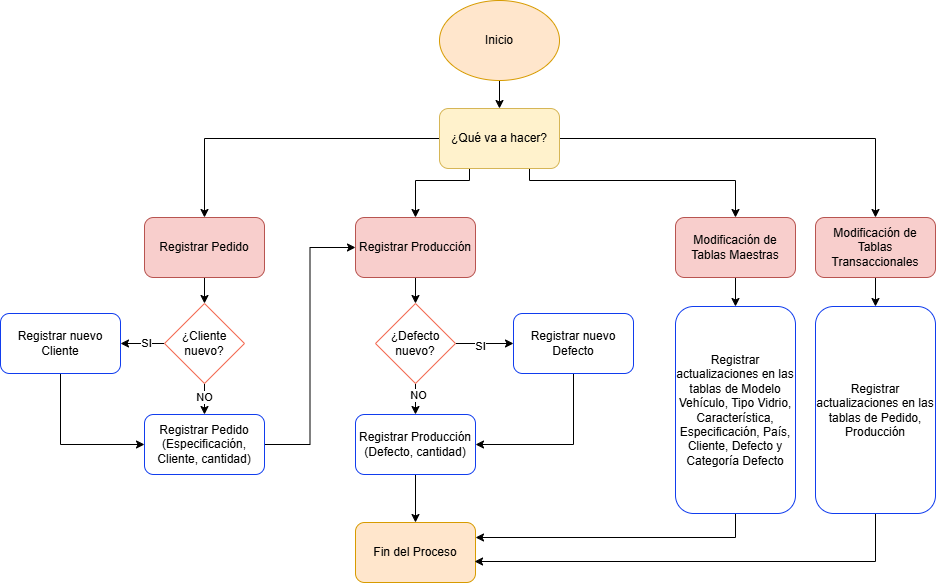
Earlier version of the draw.io export public/img/diagrama-flujo.png (FelixGuriol/PUCP.BusinessAnalytics.Grupo2). Source tidied: cells renumbered, new cells last; positions are measured from the earlier drawing's top-left corner, leaving out a move shared by most shapes.
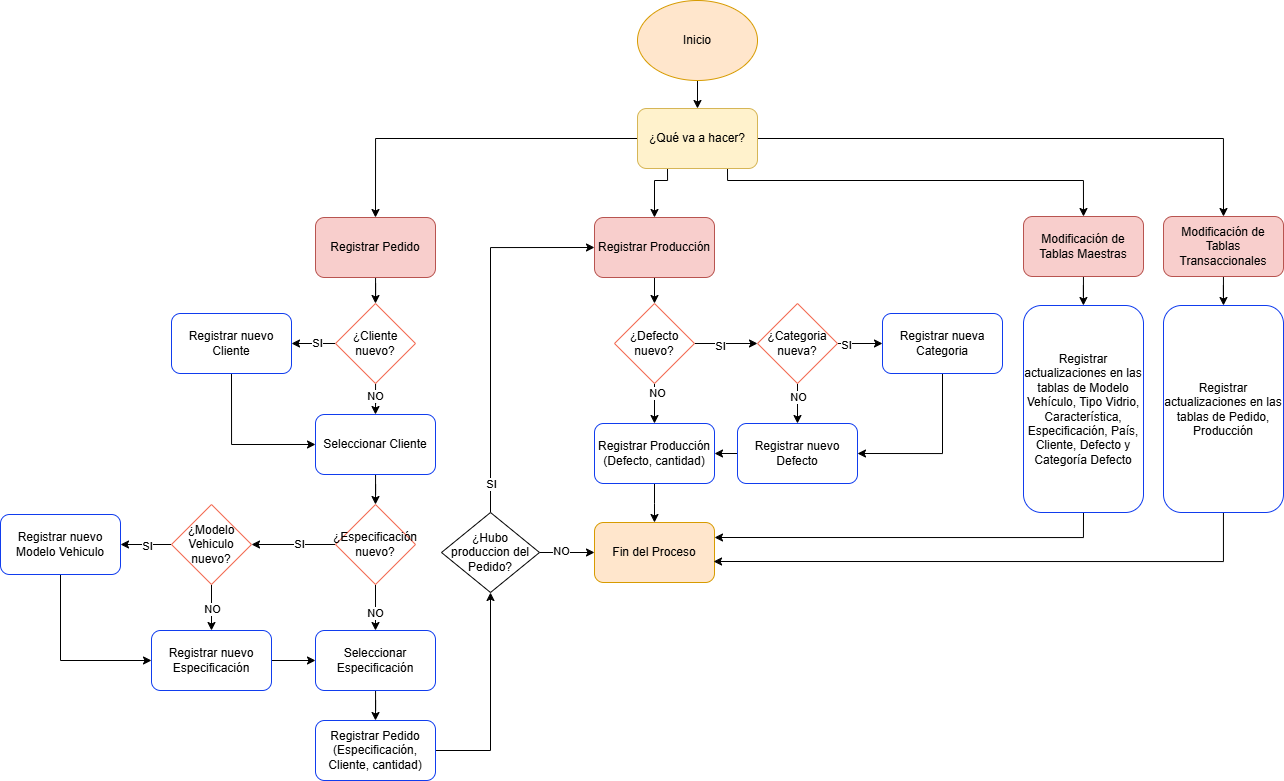
The same diagram one commit later.

Change to the diagram source:
```diff
@@ -6,7 +6,7 @@
       <mxGeometry relative="1" as="geometry" />
     </mxCell>
     <mxCell id="3" value="Inicio" style="ellipse;whiteSpace=wrap;html=1;fillColor=#ffe6cc;strokeColor=#d79b00;" parent="1" vertex="1">
-      <mxGeometry x="439" width="120" height="80" as="geometry" />
+      <mxGeometry x="421" y="-72" width="120" height="80" as="geometry" />
     </mxCell>
     <mxCell id="4" style="edgeStyle=orthogonalEdgeStyle;rounded=0;jettySize=auto;html=1;exitX=0;exitY=0.5;exitDx=0;exitDy=0;entryX=0.5;entryY=0;entryDx=0;entryDy=0;" parent="1" edge="1" source="8" target="10">
       <mxGeometry relative="1" as="geometry" />
@@ -14,48 +14,48 @@
     <mxCell id="5" style="edgeStyle=orthogonalEdgeStyle;rounded=0;jettySize=auto;html=1;exitX=0.25;exitY=1;exitDx=0;exitDy=0;entryX=0.5;entryY=0;entryDx=0;entryDy=0;" parent="1" edge="1" source="8" target="12">
       <mxGeometry relative="1" as="geometry">
         <Array as="points">
-          <mxPoint x="469" y="180" />
-          <mxPoint x="415" y="180" />
+          <mxPoint x="451" y="108" />
+          <mxPoint x="438" y="108" />
         </Array>
       </mxGeometry>
     </mxCell>
     <mxCell id="6" style="edgeStyle=orthogonalEdgeStyle;rounded=0;jettySize=auto;html=1;exitX=1;exitY=0.5;exitDx=0;exitDy=0;entryX=0.5;entryY=0;entryDx=0;entryDy=0;" parent="1" edge="1" source="8" target="16">
       <mxGeometry relative="1" as="geometry" />
     </mxCell>
-    <mxCell id="7" style="edgeStyle=orthogonalEdgeStyle;rounded=0;jettySize=auto;html=1;exitX=0.75;exitY=1;exitDx=0;exitDy=0;" parent="1" edge="1" source="8" target="14">
+    <mxCell id="7" style="edgeStyle=orthogonalEdgeStyle;rounded=0;jettySize=auto;html=1;exitX=0.75;exitY=1;exitDx=0;exitDy=0;entryX=0.5;entryY=0;entryDx=0;entryDy=0;" parent="1" edge="1" source="8" target="14">
       <mxGeometry relative="1" as="geometry">
         <Array as="points">
-          <mxPoint x="529" y="180" />
-          <mxPoint x="735" y="180" />
+          <mxPoint x="511" y="108" />
+          <mxPoint x="867" y="108" />
         </Array>
       </mxGeometry>
     </mxCell>
     <mxCell id="8" value="¿Qué va a hacer?" style="rounded=1;whiteSpace=wrap;html=1;fillColor=#fff2cc;strokeColor=#d6b656;" parent="1" vertex="1">
-      <mxGeometry x="439" y="108" width="120" height="60" as="geometry" />
+      <mxGeometry x="421" y="36" width="120" height="60" as="geometry" />
     </mxCell>
     <mxCell id="9" style="edgeStyle=orthogonalEdgeStyle;rounded=0;jettySize=auto;html=1;entryX=0.5;entryY=0;entryDx=0;entryDy=0;" parent="1" edge="1" source="10" target="21">
       <mxGeometry relative="1" as="geometry" />
     </mxCell>
     <mxCell id="10" value="Registrar Pedido" style="rounded=1;whiteSpace=wrap;html=1;fillColor=#f8cecc;strokeColor=#b85450;" parent="1" vertex="1">
-      <mxGeometry x="144" y="217" width="120" height="60" as="geometry" />
+      <mxGeometry x="99" y="145" width="120" height="60" as="geometry" />
     </mxCell>
     <mxCell id="11" style="edgeStyle=orthogonalEdgeStyle;rounded=0;jettySize=auto;html=1;entryX=0.5;entryY=0;entryDx=0;entryDy=0;" parent="1" edge="1" source="12" target="31">
       <mxGeometry relative="1" as="geometry" />
     </mxCell>
     <mxCell id="12" value="Registrar Producción" style="rounded=1;whiteSpace=wrap;html=1;fillColor=#f8cecc;strokeColor=#b85450;" parent="1" vertex="1">
-      <mxGeometry x="355" y="217" width="120" height="60" as="geometry" />
+      <mxGeometry x="378" y="145" width="120" height="60" as="geometry" />
     </mxCell>
     <mxCell id="13" style="edgeStyle=orthogonalEdgeStyle;rounded=0;jettySize=auto;html=1;" parent="1" edge="1" source="14" target="37">
       <mxGeometry relative="1" as="geometry" />
     </mxCell>
     <mxCell id="14" value="Modificación de Tablas Maestras" style="rounded=1;whiteSpace=wrap;html=1;fillColor=#f8cecc;strokeColor=#b85450;" parent="1" vertex="1">
-      <mxGeometry x="675" y="217" width="120" height="60" as="geometry" />
+      <mxGeometry x="807" y="144" width="120" height="60" as="geometry" />
     </mxCell>
     <mxCell id="15" style="edgeStyle=orthogonalEdgeStyle;rounded=0;jettySize=auto;html=1;entryX=0.5;entryY=0;entryDx=0;entryDy=0;" parent="1" edge="1" source="16" target="39">
       <mxGeometry relative="1" as="geometry" />
     </mxCell>
     <mxCell id="16" value="Modificación de Tablas Transaccionales" style="rounded=1;whiteSpace=wrap;html=1;fillColor=#f8cecc;strokeColor=#b85450;" parent="1" vertex="1">
-      <mxGeometry x="815" y="217" width="120" height="60" as="geometry" />
+      <mxGeometry x="947" y="144" width="120" height="60" as="geometry" />
     </mxCell>
     <mxCell id="17" style="edgeStyle=orthogonalEdgeStyle;rounded=0;jettySize=auto;html=1;entryX=1;entryY=0.5;entryDx=0;entryDy=0;" parent="1" edge="1" source="21" target="23">
       <mxGeometry relative="1" as="geometry" />
@@ -70,24 +70,30 @@
       <mxGeometry x="0.24" y="-1" relative="1" as="geometry" />
     </mxCell>
     <mxCell id="21" value="¿Cliente nuevo?" style="rhombus;whiteSpace=wrap;html=1;strokeColor=light-dark(#f37059, #ededed);" parent="1" vertex="1">
-      <mxGeometry x="164" y="303" width="80" height="80" as="geometry" />
+      <mxGeometry x="119" y="231" width="80" height="80" as="geometry" />
     </mxCell>
     <mxCell id="22" style="edgeStyle=orthogonalEdgeStyle;rounded=0;jettySize=auto;html=1;entryX=0;entryY=0.5;entryDx=0;entryDy=0;exitX=0.5;exitY=1;exitDx=0;exitDy=0;" parent="1" edge="1" source="23" target="25">
       <mxGeometry relative="1" as="geometry" />
     </mxCell>
     <mxCell id="23" value="Registrar nuevo Cliente" style="rounded=1;whiteSpace=wrap;html=1;strokeColor=light-dark(#113dee, #ededed);" parent="1" vertex="1">
-      <mxGeometry y="313" width="120" height="60" as="geometry" />
+      <mxGeometry x="-45" y="241" width="120" height="60" as="geometry" />
     </mxCell>
-    <mxCell id="24" style="edgeStyle=orthogonalEdgeStyle;rounded=0;jettySize=auto;html=1;entryX=0;entryY=0.5;entryDx=0;entryDy=0;" parent="1" edge="1" source="25" target="12">
+    <mxCell id="24" style="edgeStyle=orthogonalEdgeStyle;rounded=0;jettySize=auto;html=1;entryX=0;entryY=0.5;entryDx=0;entryDy=0;exitX=0.5;exitY=0;exitDx=0;exitDy=0;" parent="1" edge="1" source="55" target="12">
       <mxGeometry relative="1" as="geometry" />
     </mxCell>
+    <mxCell id="40" value="SI" style="edgeLabel;html=1;align=center;verticalAlign=middle;" parent="24" vertex="1">
+      <mxGeometry x="-0.85" relative="1" as="geometry" />
+    </mxCell>
+    <mxCell id="41" style="edgeStyle=orthogonalEdgeStyle;rounded=0;jettySize=auto;html=1;entryX=0.5;entryY=0;entryDx=0;entryDy=0;" parent="1" edge="1" source="25" target="46">
+      <mxGeometry relative="1" as="geometry" />
+    </mxCell>
-    <mxCell id="25" value="Registrar Pedido (Especificación, Cliente, cantidad)" style="rounded=1;whiteSpace=wrap;html=1;strokeColor=light-dark(#113dee, #ededed);" parent="1" vertex="1">
-      <mxGeometry x="144" y="414" width="120" height="60" as="geometry" />
+    <mxCell id="25" value="Seleccionar Cliente" style="rounded=1;whiteSpace=wrap;html=1;strokeColor=light-dark(#113dee, #ededed);" parent="1" vertex="1">
+      <mxGeometry x="99" y="342" width="120" height="60" as="geometry" />
     </mxCell>
     <mxCell id="26" value="Fin del Proceso" style="rounded=1;whiteSpace=wrap;html=1;fillColor=#ffe6cc;strokeColor=#d79b00;" parent="1" vertex="1">
-      <mxGeometry x="355" y="522" width="120" height="60" as="geometry" />
+      <mxGeometry x="378" y="450" width="120" height="60" as="geometry" />
     </mxCell>
-    <mxCell id="27" style="edgeStyle=orthogonalEdgeStyle;rounded=0;jettySize=auto;html=1;entryX=0;entryY=0.5;entryDx=0;entryDy=0;" parent="1" edge="1" source="31" target="33">
+    <mxCell id="27" style="edgeStyle=orthogonalEdgeStyle;rounded=0;jettySize=auto;html=1;entryX=0;entryY=0.5;entryDx=0;entryDy=0;" parent="1" edge="1" source="31" target="67">
       <mxGeometry relative="1" as="geometry" />
     </mxCell>
     <mxCell id="28" value="SI" style="edgeLabel;html=1;align=center;verticalAlign=middle;" parent="27" vertex="1">
@@ -100,35 +106,121 @@
       <mxGeometry x="-0.56" y="2" relative="1" as="geometry" />
     </mxCell>
     <mxCell id="31" value="¿Defecto nuevo?" style="rhombus;whiteSpace=wrap;html=1;strokeColor=light-dark(#f37059, #ededed);" parent="1" vertex="1">
-      <mxGeometry x="375" y="303" width="80" height="80" as="geometry" />
+      <mxGeometry x="398" y="231" width="80" height="80" as="geometry" />
     </mxCell>
-    <mxCell id="32" style="edgeStyle=orthogonalEdgeStyle;rounded=0;jettySize=auto;html=1;entryX=1;entryY=0.5;entryDx=0;entryDy=0;exitX=0.5;exitY=1;exitDx=0;exitDy=0;" parent="1" edge="1" source="33" target="35">
+    <mxCell id="32" style="edgeStyle=orthogonalEdgeStyle;rounded=0;jettySize=auto;html=1;entryX=1;entryY=0.5;entryDx=0;entryDy=0;exitX=0;exitY=0.5;exitDx=0;exitDy=0;" parent="1" edge="1" source="33" target="35">
       <mxGeometry relative="1" as="geometry" />
     </mxCell>
     <mxCell id="33" value="Registrar nuevo Defecto" style="rounded=1;whiteSpace=wrap;html=1;strokeColor=light-dark(#113dee, #ededed);" parent="1" vertex="1">
-      <mxGeometry x="513" y="313" width="120" height="60" as="geometry" />
+      <mxGeometry x="521" y="351" width="120" height="60" as="geometry" />
     </mxCell>
     <mxCell id="34" style="edgeStyle=orthogonalEdgeStyle;rounded=0;jettySize=auto;html=1;entryX=0.5;entryY=0;entryDx=0;entryDy=0;" parent="1" edge="1" source="35" target="26">
       <mxGeometry relative="1" as="geometry" />
     </mxCell>
     <mxCell id="35" value="Registrar Producción (Defecto, cantidad)" style="rounded=1;whiteSpace=wrap;html=1;strokeColor=light-dark(#113dee, #ededed);" parent="1" vertex="1">
-      <mxGeometry x="355" y="414" width="120" height="60" as="geometry" />
+      <mxGeometry x="378" y="351" width="120" height="60" as="geometry" />
     </mxCell>
     <mxCell id="36" style="edgeStyle=orthogonalEdgeStyle;rounded=0;jettySize=auto;html=1;entryX=1;entryY=0.25;entryDx=0;entryDy=0;exitX=0.5;exitY=1;exitDx=0;exitDy=0;" parent="1" edge="1" source="37" target="26">
       <mxGeometry relative="1" as="geometry" />
     </mxCell>
     <mxCell id="37" value="Registrar actualizaciones en las tablas de Modelo Vehículo, Tipo Vidrio, Característica, Especificación, País, Cliente, Defecto y Categoría Defecto" style="rounded=1;whiteSpace=wrap;html=1;strokeColor=light-dark(#113dee, #ededed);" parent="1" vertex="1">
-      <mxGeometry x="675" y="306" width="120" height="207" as="geometry" />
+      <mxGeometry x="807" y="233" width="120" height="207" as="geometry" />
     </mxCell>
     <mxCell id="38" style="edgeStyle=orthogonalEdgeStyle;rounded=0;jettySize=auto;html=1;entryX=0.992;entryY=0.65;entryDx=0;entryDy=0;entryPerimeter=0;" parent="1" edge="1" source="39" target="26">
       <mxGeometry relative="1" as="geometry">
         <Array as="points">
-          <mxPoint x="875" y="561" />
+          <mxPoint x="1007" y="489" />
         </Array>
       </mxGeometry>
     </mxCell>
     <mxCell id="39" value="Registrar actualizaciones en las tablas de Pedido, Producción" style="rounded=1;whiteSpace=wrap;html=1;strokeColor=light-dark(#113dee, #ededed);" parent="1" vertex="1">
-      <mxGeometry x="815" y="306" width="120" height="207" as="geometry" />
+      <mxGeometry x="947" y="233" width="120" height="207" as="geometry" />
     </mxCell>
+    <mxCell id="42" style="edgeStyle=orthogonalEdgeStyle;rounded=0;jettySize=auto;html=1;entryX=1;entryY=0.5;entryDx=0;entryDy=0;" parent="1" edge="1" source="46" target="60">
+      <mxGeometry relative="1" as="geometry" />
+    </mxCell>
+    <mxCell id="43" value="SI" style="edgeLabel;html=1;align=center;verticalAlign=middle;" parent="42" vertex="1">
+      <mxGeometry x="-0.12" y="-1" relative="1" as="geometry" />
+    </mxCell>
+    <mxCell id="44" style="edgeStyle=orthogonalEdgeStyle;rounded=0;jettySize=auto;html=1;entryX=0.5;entryY=0;entryDx=0;entryDy=0;" parent="1" edge="1" source="46" target="52">
+      <mxGeometry relative="1" as="geometry" />
+    </mxCell>
+    <mxCell id="45" value="NO" style="edgeLabel;html=1;align=center;verticalAlign=middle;" parent="44" vertex="1">
+      <mxGeometry x="0.24" y="-1" relative="1" as="geometry" />
+    </mxCell>
+    <mxCell id="46" value="¿Especificación nuevo?" style="rhombus;whiteSpace=wrap;html=1;strokeColor=light-dark(#f37059, #ededed);" parent="1" vertex="1">
+      <mxGeometry x="119" y="432" width="80" height="80" as="geometry" />
+    </mxCell>
+    <mxCell id="47" style="edgeStyle=orthogonalEdgeStyle;rounded=0;jettySize=auto;html=1;entryX=0;entryY=0.5;entryDx=0;entryDy=0;exitX=1;exitY=0.5;exitDx=0;exitDy=0;" parent="1" edge="1" source="48" target="52">
+      <mxGeometry relative="1" as="geometry" />
+    </mxCell>
+    <mxCell id="48" value="Registrar nuevo Especificación" style="rounded=1;whiteSpace=wrap;html=1;strokeColor=light-dark(#113dee, #ededed);" parent="1" vertex="1">
+      <mxGeometry x="-65" y="558" width="120" height="60" as="geometry" />
+    </mxCell>
+    <mxCell id="49" style="edgeStyle=orthogonalEdgeStyle;rounded=0;jettySize=auto;html=1;entryX=0.5;entryY=1;entryDx=0;entryDy=0;" parent="1" edge="1" source="50" target="55">
+      <mxGeometry relative="1" as="geometry" />
+    </mxCell>
+    <mxCell id="50" value="Registrar Pedido (Especificación, Cliente, cantidad)" style="rounded=1;whiteSpace=wrap;html=1;strokeColor=light-dark(#113dee, #ededed);" parent="1" vertex="1">
+      <mxGeometry x="99" y="648" width="120" height="60" as="geometry" />
+    </mxCell>
+    <mxCell id="51" style="edgeStyle=orthogonalEdgeStyle;rounded=0;jettySize=auto;html=1;entryX=0.5;entryY=0;entryDx=0;entryDy=0;" parent="1" edge="1" source="52" target="50">
+      <mxGeometry relative="1" as="geometry" />
+    </mxCell>
+    <mxCell id="52" value="Seleccionar Especificación" style="rounded=1;whiteSpace=wrap;html=1;strokeColor=light-dark(#113dee, #ededed);" parent="1" vertex="1">
+      <mxGeometry x="99" y="558" width="120" height="60" as="geometry" />
+    </mxCell>
+    <mxCell id="53" style="edgeStyle=orthogonalEdgeStyle;rounded=0;jettySize=auto;html=1;entryX=0;entryY=0.5;entryDx=0;entryDy=0;" parent="1" edge="1" source="55" target="26">
+      <mxGeometry relative="1" as="geometry" />
+    </mxCell>
+    <mxCell id="54" value="NO" style="edgeLabel;html=1;align=center;verticalAlign=middle;" parent="53" vertex="1">
+      <mxGeometry x="-0.25" y="2" relative="1" as="geometry" />
+    </mxCell>
+    <mxCell id="55" value="¿Hubo produccion del Pedido?" style="rhombus;whiteSpace=wrap;html=1;" parent="1" vertex="1">
+      <mxGeometry x="225" y="440" width="98" height="80" as="geometry" />
+    </mxCell>
+    <mxCell id="56" style="edgeStyle=orthogonalEdgeStyle;rounded=0;jettySize=auto;html=1;entryX=1;entryY=0.5;entryDx=0;entryDy=0;" parent="1" edge="1" source="60" target="62">
+      <mxGeometry relative="1" as="geometry" />
+    </mxCell>
+    <mxCell id="57" value="SI" style="edgeLabel;html=1;align=center;verticalAlign=middle;" parent="56" vertex="1">
+      <mxGeometry x="-0.05" y="1" relative="1" as="geometry" />
+    </mxCell>
+    <mxCell id="58" style="edgeStyle=orthogonalEdgeStyle;rounded=0;jettySize=auto;html=1;entryX=0.5;entryY=0;entryDx=0;entryDy=0;" parent="1" edge="1" source="60" target="48">
+      <mxGeometry relative="1" as="geometry" />
+    </mxCell>
+    <mxCell id="59" value="NO" style="edgeLabel;html=1;align=center;verticalAlign=middle;" parent="58" vertex="1">
+      <mxGeometry x="0.09" relative="1" as="geometry" />
+    </mxCell>
+    <mxCell id="60" value="¿Modelo Vehiculo nuevo?" style="rhombus;whiteSpace=wrap;html=1;strokeColor=light-dark(#f37059, #ededed);" parent="1" vertex="1">
+      <mxGeometry x="-45" y="432" width="80" height="80" as="geometry" />
+    </mxCell>
+    <mxCell id="61" style="edgeStyle=orthogonalEdgeStyle;rounded=0;jettySize=auto;html=1;entryX=0;entryY=0.5;entryDx=0;entryDy=0;exitX=0.5;exitY=1;exitDx=0;exitDy=0;" parent="1" edge="1" source="62" target="48">
+      <mxGeometry relative="1" as="geometry" />
+    </mxCell>
+    <mxCell id="62" value="Registrar nuevo Modelo Vehiculo" style="rounded=1;whiteSpace=wrap;html=1;strokeColor=light-dark(#113dee, #ededed);" parent="1" vertex="1">
+      <mxGeometry x="-216" y="442" width="120" height="60" as="geometry" />
+    </mxCell>
+    <mxCell id="63" style="edgeStyle=orthogonalEdgeStyle;rounded=0;jettySize=auto;html=1;entryX=0;entryY=0.5;entryDx=0;entryDy=0;" parent="1" edge="1" source="67" target="69">
+      <mxGeometry relative="1" as="geometry" />
+    </mxCell>
+    <mxCell id="64" value="SI" style="edgeLabel;html=1;align=center;verticalAlign=middle;" parent="63" vertex="1">
+      <mxGeometry x="-0.64" y="-1" relative="1" as="geometry" />
+    </mxCell>
+    <mxCell id="65" style="edgeStyle=orthogonalEdgeStyle;rounded=0;jettySize=auto;html=1;" parent="1" edge="1" source="67" target="33">
+      <mxGeometry relative="1" as="geometry" />
+    </mxCell>
+    <mxCell id="66" value="NO" style="edgeLabel;html=1;align=center;verticalAlign=middle;" parent="65" vertex="1">
+      <mxGeometry x="0.22" relative="1" as="geometry">
+        <mxPoint y="-11" as="offset" />
+      </mxGeometry>
+    </mxCell>
+    <mxCell id="67" value="¿Categoria nueva?" style="rhombus;whiteSpace=wrap;html=1;strokeColor=light-dark(#f37059, #ededed);" parent="1" vertex="1">
+      <mxGeometry x="541" y="231" width="80" height="80" as="geometry" />
+    </mxCell>
+    <mxCell id="68" style="edgeStyle=orthogonalEdgeStyle;rounded=0;jettySize=auto;html=1;entryX=1;entryY=0.5;entryDx=0;entryDy=0;exitX=0.5;exitY=1;exitDx=0;exitDy=0;" parent="1" edge="1" source="69" target="33">
+      <mxGeometry relative="1" as="geometry" />
+    </mxCell>
+    <mxCell id="69" value="Registrar nueva Categoria" style="rounded=1;whiteSpace=wrap;html=1;strokeColor=light-dark(#113dee, #ededed);" parent="1" vertex="1">
+      <mxGeometry x="666" y="241" width="120" height="60" as="geometry" />
+    </mxCell>
   </root>
 </mxGraphModel>
```
